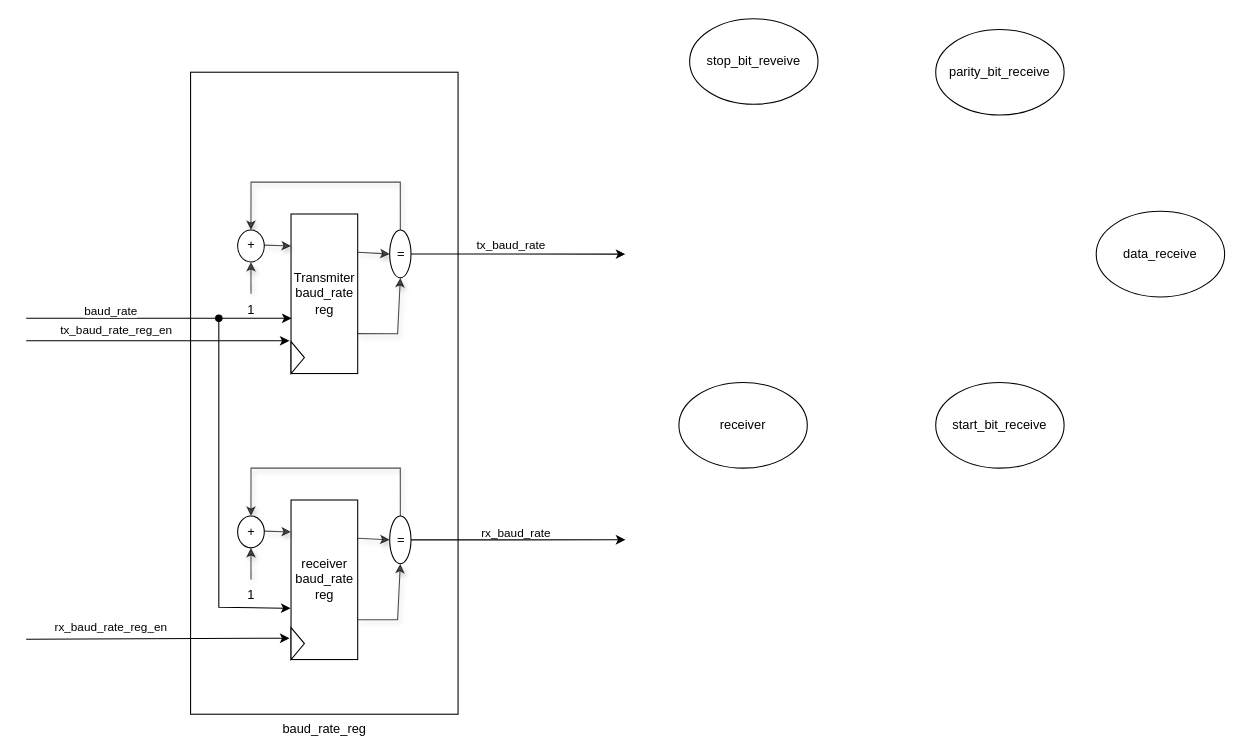
Before: page "baud_rate_reg" (3 of 5) of uart/docs/Tx_Rx_combined.drawio in MuhammadBoota09299/Computer_Architecture_Lab, a draw.io diagram. Source tidied: cells renumbered, new cells numbered last; positions are measured from the earlier drawing's top-left corner, leaving out a move shared by most shapes. Both pictures are drawn from the tidied source at 107%, with x=0, y=0 at pixel (26, 18).
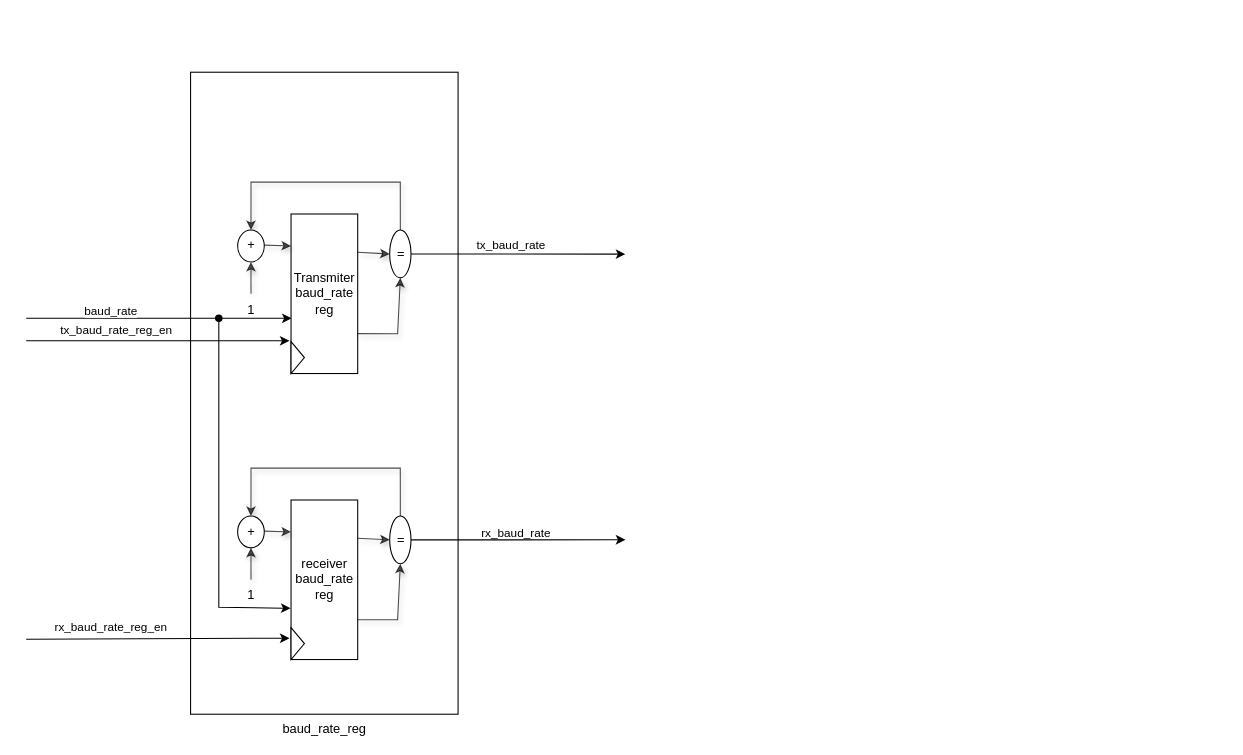
After the change.

What changed in the source:
```diff
@@
-    <mxCell id="3" value="receiver" style="ellipse;whiteSpace=wrap;html=1;" parent="1" vertex="1">
-      <mxGeometry x="610" y="340" width="120" height="80" as="geometry" />
-    </mxCell>
-    <mxCell id="4" value="data_receive" style="ellipse;whiteSpace=wrap;html=1;" parent="1" vertex="1">
-      <mxGeometry x="1000" y="180" width="120" height="80" as="geometry" />
-    </mxCell>
-    <mxCell id="5" value="start_bit_receive" style="ellipse;whiteSpace=wrap;html=1;" parent="1" vertex="1">
-      <mxGeometry x="850" y="340" width="120" height="80" as="geometry" />
-    </mxCell>
-    <mxCell id="6" value="parity_bit_receive" style="ellipse;whiteSpace=wrap;html=1;" parent="1" vertex="1">
-      <mxGeometry x="850" y="10" width="120" height="80" as="geometry" />
-    </mxCell>
-    <mxCell id="7" value="stop_bit_reveive" style="ellipse;whiteSpace=wrap;html=1;" parent="1" vertex="1">
-      <mxGeometry x="620" width="120" height="80" as="geometry" />
-    </mxCell>
```
